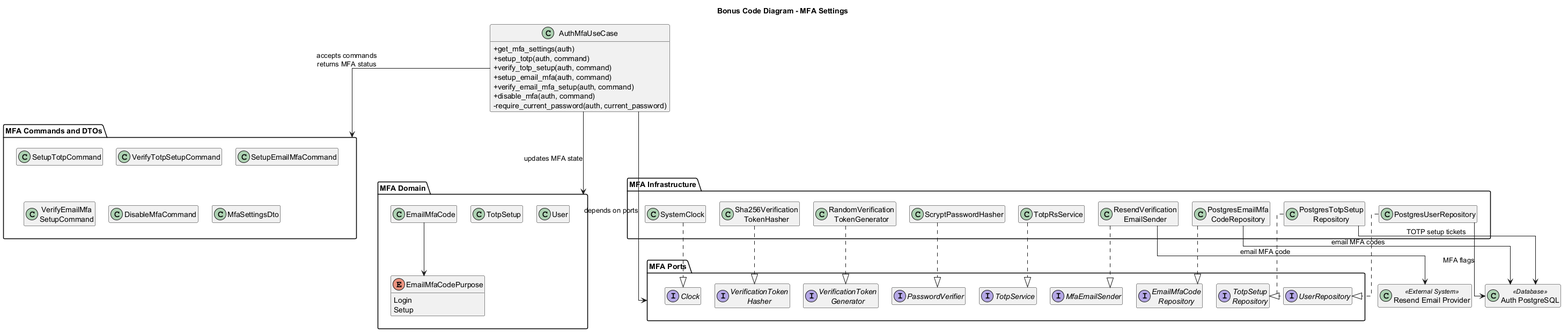
The PlantUML diagram docs/architecture/bonus-code-mfa-settings.png in advprog-2026-A10-project/Module-9-Group, before a commit.
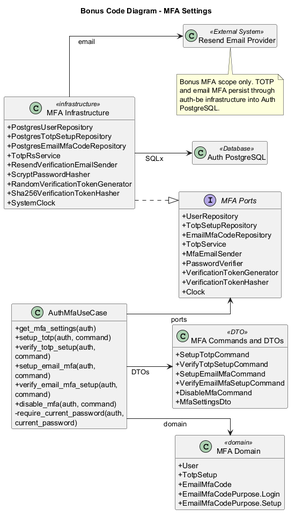
After the commit.

Commit message:
fix Image for Individual container diagram of Auth Settings Security with its code diagram of the group A10 BidMart

Change to the diagram source:
```diff
@@ -1,10 +1,11 @@
 @startuml
 title Bonus Code Diagram - MFA Settings
-top to bottom direction
+left to right direction
 skinparam classAttributeIconSize 0
 skinparam linetype ortho
-skinparam nodesep 25
-skinparam ranksep 45
+skinparam nodesep 50
+skinparam ranksep 70
+skinparam wrapWidth 190
 hide empty members
 
 class AuthMfaUseCase {
@@ -17,74 +18,59 @@
   -require_current_password(auth, current_password)
 }
 
-package "MFA Commands and DTOs" as DTO {
-  class SetupTotpCommand
-  class VerifyTotpSetupCommand
-  class SetupEmailMfaCommand
-  class "VerifyEmailMfa\nSetupCommand" as VerifyEmailMfaSetupCommand
-  class DisableMfaCommand
-  class MfaSettingsDto
+class "MFA Commands and DTOs" as MfaDtos <<DTO>> {
+  +SetupTotpCommand
+  +VerifyTotpSetupCommand
+  +SetupEmailMfaCommand
+  +VerifyEmailMfaSetupCommand
+  +DisableMfaCommand
+  +MfaSettingsDto
 }
 
-package "MFA Domain" as DOMAIN {
-  class User
-  class TotpSetup
-  class EmailMfaCode
-  enum EmailMfaCodePurpose {
-    Login
-    Setup
-  }
+class "MFA Domain" as MfaDomain <<domain>> {
+  +User
+  +TotpSetup
+  +EmailMfaCode
+  +EmailMfaCodePurpose.Login
+  +EmailMfaCodePurpose.Setup
 }
 
-package "MFA Ports" as PORTS {
-  interface UserRepository
-  interface "TotpSetup\nRepository" as TotpSetupRepository
-  interface "EmailMfaCode\nRepository" as EmailMfaCodeRepository
-  interface TotpService
-  interface MfaEmailSender
-  interface PasswordVerifier
-  interface "VerificationToken\nGenerator" as VerificationTokenGenerator
-  interface "VerificationToken\nHasher" as VerificationTokenHasher
-  interface Clock
+interface "MFA Ports" as MfaPorts {
+  +UserRepository
+  +TotpSetupRepository
+  +EmailMfaCodeRepository
+  +TotpService
+  +MfaEmailSender
+  +PasswordVerifier
+  +VerificationTokenGenerator
+  +VerificationTokenHasher
+  +Clock
 }
 
-package "MFA Infrastructure" as INFRA {
-  class PostgresUserRepository
-  class "PostgresTotpSetup\nRepository" as PostgresTotpSetupRepository
-  class "PostgresEmailMfa\nCodeRepository" as PostgresEmailMfaCodeRepository
-  class TotpRsService
-  class "ResendVerification\nEmailSender" as ResendVerificationEmailSender
-  class ScryptPasswordHasher
-  class "RandomVerification\nTokenGenerator" as RandomVerificationTokenGenerator
-  class "Sha256Verification\nTokenHasher" as Sha256VerificationTokenHasher
-  class SystemClock
+class "MFA Infrastructure" as MfaInfrastructure <<infrastructure>> {
+  +PostgresUserRepository
+  +PostgresTotpSetupRepository
+  +PostgresEmailMfaCodeRepository
+  +TotpRsService
+  +ResendVerificationEmailSender
+  +ScryptPasswordHasher
+  +RandomVerificationTokenGenerator
+  +Sha256VerificationTokenHasher
+  +SystemClock
 }
 
 class "Auth PostgreSQL" as AuthDB <<Database>>
 class "Resend Email Provider" as Resend <<External System>>
 
-DTO -[hidden]down- DOMAIN
-DOMAIN -[hidden]down- PORTS
-PORTS -[hidden]down- INFRA
+AuthMfaUseCase --> MfaDtos : DTOs
+AuthMfaUseCase --> MfaDomain : domain
+AuthMfaUseCase --> MfaPorts : ports
+MfaInfrastructure ..|> MfaPorts
+MfaInfrastructure --> AuthDB : SQLx
+MfaInfrastructure --> Resend : email
 
-AuthMfaUseCase --> DTO : accepts commands\nreturns MFA status
-AuthMfaUseCase --> DOMAIN : updates MFA state
-AuthMfaUseCase --> PORTS : depends on ports
-
-EmailMfaCode --> EmailMfaCodePurpose
-
-PostgresUserRepository ..|> UserRepository
-PostgresTotpSetupRepository ..|> TotpSetupRepository
-PostgresEmailMfaCodeRepository ..|> EmailMfaCodeRepository
-TotpRsService ..|> TotpService
-ResendVerificationEmailSender ..|> MfaEmailSender
-ScryptPasswordHasher ..|> PasswordVerifier
-RandomVerificationTokenGenerator ..|> VerificationTokenGenerator
-Sha256VerificationTokenHasher ..|> VerificationTokenHasher
-SystemClock ..|> Clock
-
-PostgresUserRepository --> AuthDB : MFA flags
-PostgresTotpSetupRepository --> AuthDB : TOTP setup tickets
-PostgresEmailMfaCodeRepository --> AuthDB : email MFA codes
-ResendVerificationEmailSender --> Resend : email MFA code
+note bottom
+Bonus MFA scope only. TOTP and email MFA persist through
+auth-be infrastructure into Auth PostgreSQL.
+end note
 @enduml
```
